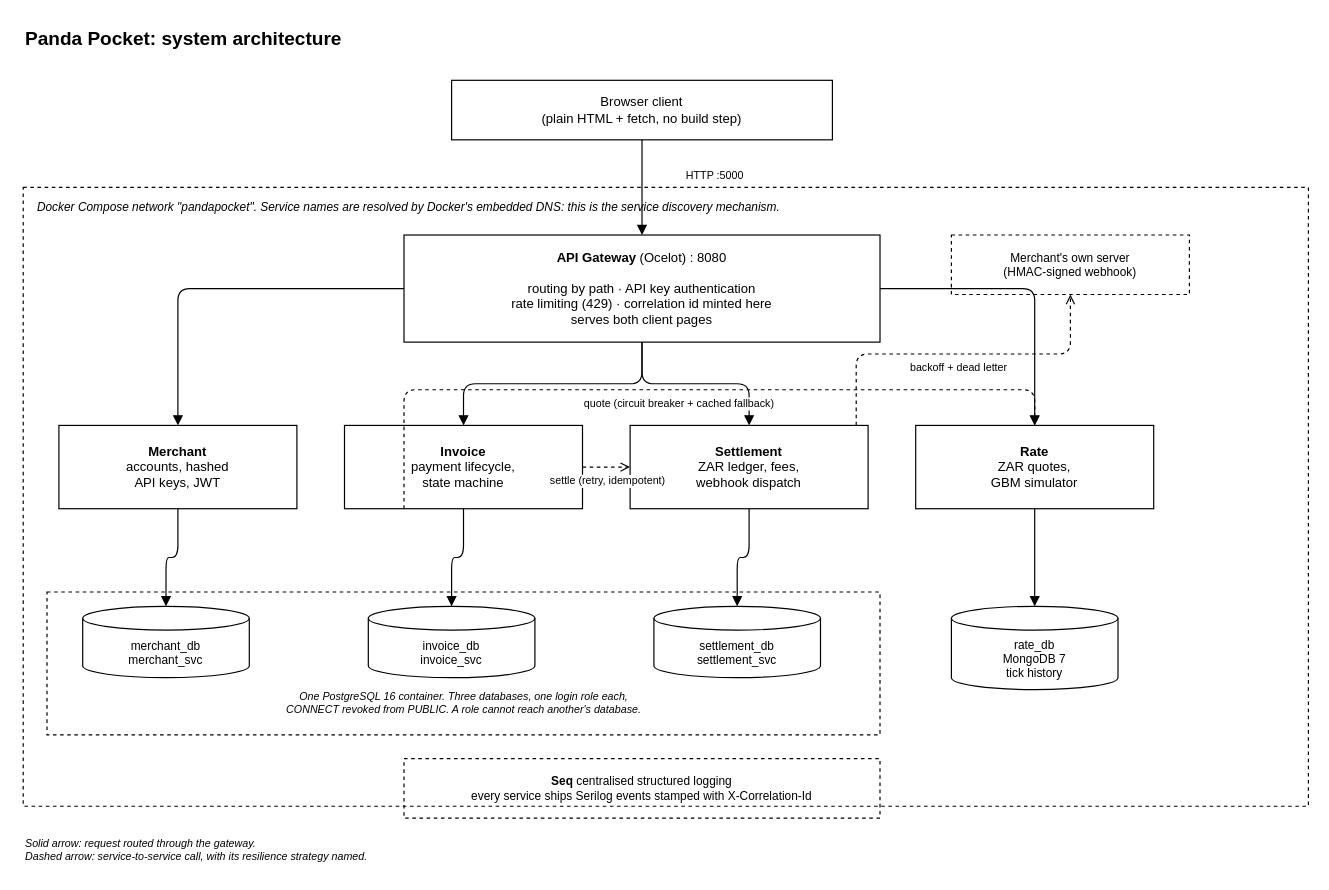
Before: docs/diagrams/01-system-architecture.drawio in lindanimdlalose04/Panda-Pocket, a draw.io diagram. Source tidied: cells renumbered, new cells numbered last; positions are measured from the earlier drawing's top-left corner, leaving out a move shared by most shapes. Both pictures are drawn from the tidied source at 119%, with x=0, y=0 at pixel (23, 20).
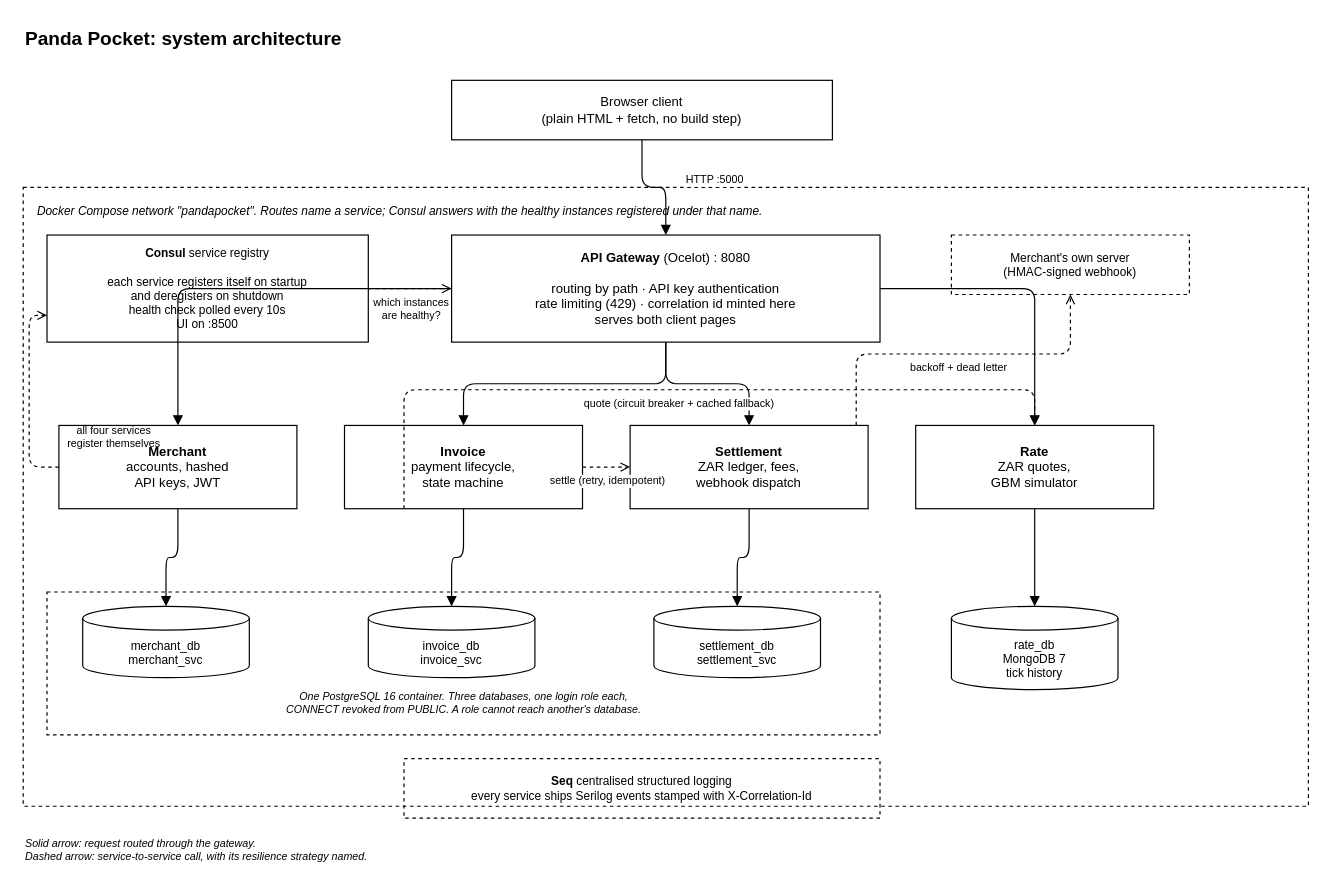
Above is the later version.

The change refers to these unchanged cells:
```xml
<mxCell id="7" value="&lt;b&gt;Merchant&lt;/b&gt;&#10;accounts, hashed&#10;API keys, JWT" style="rounded=0;whiteSpace=wrap;html=1;fillColor=none;strokeColor=#000000;fontColor=#000000;fontSize=11;" parent="1" vertex="1">
  <mxGeometry x="30" y="340" width="200" height="70" as="geometry" />
</mxCell>
```

What changed in the source:
```diff
@@
-    <mxCell id="5" value="Docker Compose network &quot;pandapocket&quot;. Service names are resolved by Docker's embedded DNS: this is the service discovery mechanism." style="text;html=1;align=left;verticalAlign=middle;fontSize=10;fontStyle=2;fontColor=#000000;" parent="1" vertex="1">
-      <mxGeometry x="10" y="146" width="700" height="20" as="geometry" />
+    <mxCell id="5" value="Docker Compose network &quot;pandapocket&quot;. Routes name a service; Consul answers with the healthy instances registered under that name." style="text;html=1;align=left;verticalAlign=middle;fontSize=10;fontStyle=2;fontColor=#000000;" parent="1" vertex="1">
+      <mxGeometry x="10" y="150" width="1000" height="20" as="geometry" />
     </mxCell>
+    <mxCell id="36" value="&lt;b&gt;Consul&lt;/b&gt;  service registry&#10;&#10;each service registers itself on startup&#10;and deregisters on shutdown&#10;health check polled every 10s&#10;UI on :8500" style="rounded=0;whiteSpace=wrap;html=1;fillColor=none;strokeColor=#000000;fontColor=#000000;fontSize=10;" parent="1" vertex="1">
+      <mxGeometry x="20" y="180" width="270" height="90" as="geometry" />
+    </mxCell>
+    <mxCell id="37" style="edgeStyle=orthogonalEdgeStyle;html=1;strokeColor=#000000;dashed=1;endArrow=open;exitX=1;exitY=0.5;exitDx=0;exitDy=0;entryX=0;entryY=0.5;entryDx=0;entryDy=0;" parent="1" edge="1" source="36" target="6">
+      <mxGeometry relative="1" as="geometry" />
+    </mxCell>
+    <mxCell id="38" value="which instances&#10;are healthy?" style="edgeLabel;html=1;align=center;fontSize=9;fontColor=#000000;labelBackgroundColor=#ffffff;" parent="37" vertex="1">
+      <mxGeometry relative="1" as="geometry" />
+    </mxCell>
+    <mxCell id="39" style="edgeStyle=orthogonalEdgeStyle;html=1;strokeColor=#000000;dashed=1;endArrow=open;exitX=0;exitY=0.5;exitDx=0;exitDy=0;entryX=0;entryY=0.75;entryDx=0;entryDy=0;" parent="1" edge="1" source="7" target="36">
+      <mxGeometry relative="1" as="geometry">
+        <Array as="points">
+          <mxPoint x="5" y="375" />
+          <mxPoint x="5" y="248" />
+        </Array>
+      </mxGeometry>
+    </mxCell>
+    <mxCell id="40" value="all four services&#10;register themselves" style="edgeLabel;html=1;align=center;fontSize=9;fontColor=#000000;labelBackgroundColor=#ffffff;" parent="39" vertex="1">
+      <mxGeometry x="-0.2" relative="1" as="geometry">
+        <mxPoint x="70" as="offset" />
+      </mxGeometry>
+    </mxCell>
     <mxCell id="6" value="&lt;b&gt;API Gateway&lt;/b&gt; (Ocelot) : 8080&#10;&#10;routing by path  ·  API key authentication&#10;rate limiting (429)  ·  correlation id minted here&#10;serves both client pages" style="rounded=0;whiteSpace=wrap;html=1;fillColor=none;strokeColor=#000000;fontColor=#000000;fontSize=11;verticalAlign=middle;" parent="1" vertex="1">
-      <mxGeometry x="320" y="180" width="400" height="90" as="geometry" />
+      <mxGeometry x="360" y="180" width="360" height="90" as="geometry" />
     </mxCell>
```
